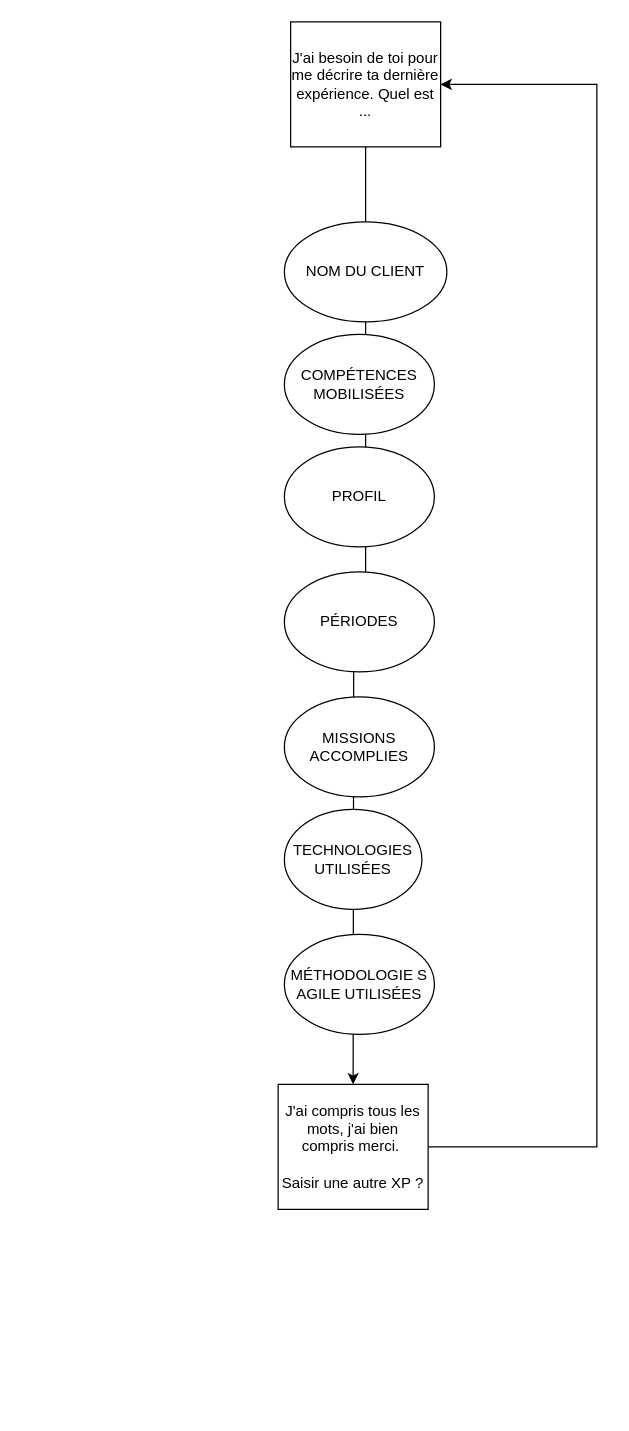
Above: Diagramme sans nom.drawio in pedenys/drawio (draw.io), before the change. Source tidied: cells renumbered, new cells numbered last; positions are measured from the earlier drawing's top-left corner, leaving out a move shared by most shapes. Both pictures are drawn from the tidied source at 125%, with x=0, y=0 at pixel (278, 21).
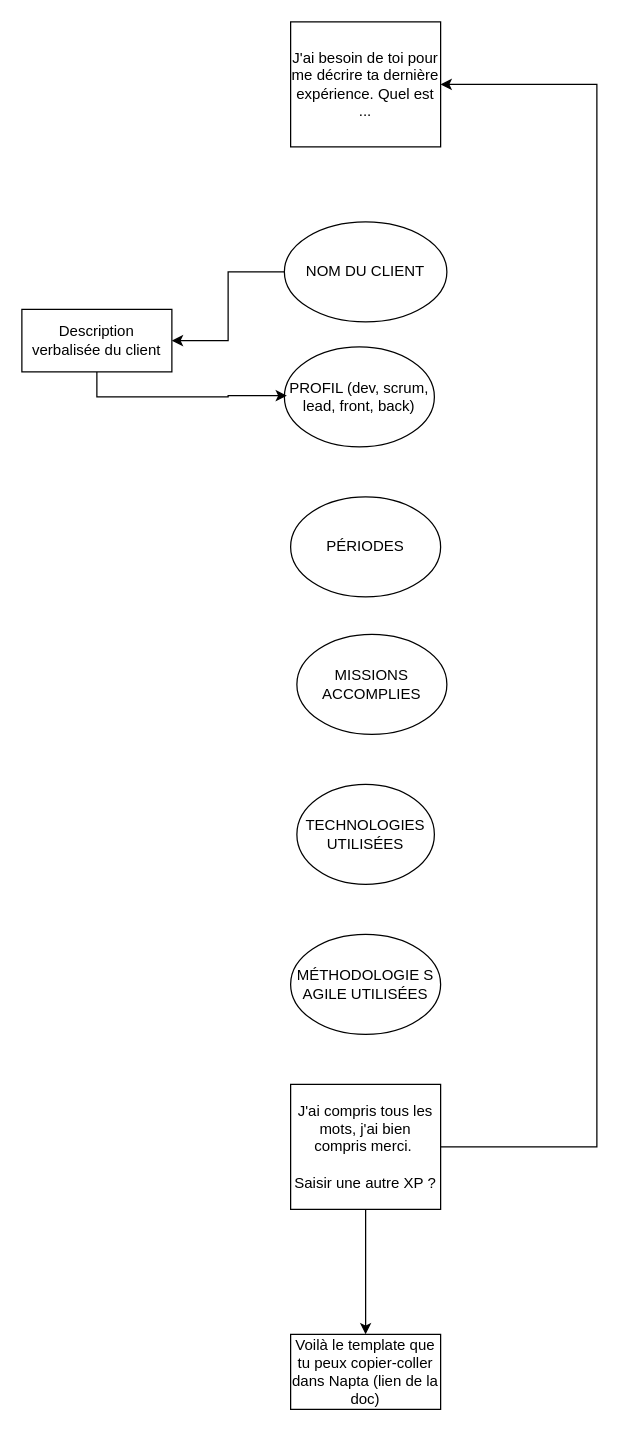
The same page after the edit.

Commit message (it also covers changes not shown here):
Mettre à jour Diagramme sans nom.drawio

Change to the diagram source:
```diff
@@
 <mxGraphModel>
   <root>
     <mxCell id="0" />
     <mxCell id="1" parent="0" />
-    <mxCell id="2" style="edgeStyle=orthogonalEdgeStyle;rounded=0;jettySize=auto;html=1;" parent="1" edge="1" source="3">
-      <mxGeometry relative="1" as="geometry">
-        <mxPoint x="60" y="850" as="targetPoint" />
-      </mxGeometry>
-    </mxCell>
     <mxCell id="3" value="J'ai besoin de toi pour me décrire ta dernière expérience. Quel est ..." style="whiteSpace=wrap;html=1;" parent="1" vertex="1">
       <mxGeometry x="10" width="120" height="100" as="geometry" />
     </mxCell>
+    <mxCell id="13" style="edgeStyle=orthogonalEdgeStyle;rounded=0;jettySize=auto;html=1;" parent="1" edge="1" source="4" target="15">
+      <mxGeometry relative="1" as="geometry" />
+    </mxCell>
     <mxCell id="4" value="NOM DU CLIENT" style="ellipse;whiteSpace=wrap;html=1;" parent="1" vertex="1">
       <mxGeometry x="5" y="160" width="130" height="80" as="geometry" />
     </mxCell>
-    <mxCell id="5" value="PÉRIODES" style="ellipse;whiteSpace=wrap;html=1;" parent="1" vertex="1">
-      <mxGeometry x="5" y="440" width="120" height="80" as="geometry" />
-    </mxCell>
     <mxCell id="6" value="MISSIONS ACCOMPLIES" style="ellipse;whiteSpace=wrap;html=1;" parent="1" vertex="1">
-      <mxGeometry x="5" y="540" width="120" height="80" as="geometry" />
+      <mxGeometry x="15" y="490" width="120" height="80" as="geometry" />
     </mxCell>
     <mxCell id="7" value="TECHNOLOGIES UTILISÉES" style="ellipse;whiteSpace=wrap;html=1;" parent="1" vertex="1">
-      <mxGeometry x="5" y="630" width="110" height="80" as="geometry" />
+      <mxGeometry x="15" y="610" width="110" height="80" as="geometry" />
     </mxCell>
     <mxCell id="8" value="MÉTHODOLOGIE S AGILE UTILISÉES" style="ellipse;whiteSpace=wrap;html=1;" parent="1" vertex="1">
-      <mxGeometry x="5" y="730" width="120" height="80" as="geometry" />
+      <mxGeometry x="10" y="730" width="120" height="80" as="geometry" />
     </mxCell>
-    <mxCell id="9" value="COMPÉTENCES MOBILISÉES" style="ellipse;whiteSpace=wrap;html=1;" parent="1" vertex="1">
-      <mxGeometry x="5" y="250" width="120" height="80" as="geometry" />
-    </mxCell>
-    <mxCell id="10" value="PROFIL" style="ellipse;whiteSpace=wrap;html=1;" parent="1" vertex="1">
-      <mxGeometry x="5" y="340" width="120" height="80" as="geometry" />
+    <mxCell id="10" value="PROFIL (dev, scrum, lead, front, back)" style="ellipse;whiteSpace=wrap;html=1;" parent="1" vertex="1">
+      <mxGeometry x="5" y="260" width="120" height="80" as="geometry" />
     </mxCell>
     <mxCell id="11" style="edgeStyle=orthogonalEdgeStyle;rounded=0;jettySize=auto;html=1;entryX=1;entryY=0.5;entryDx=0;entryDy=0;" parent="1" edge="1" source="12" target="3">
       <mxGeometry relative="1" as="geometry">
         <Array as="points">
           <mxPoint x="255" y="900" />
           <mxPoint x="255" y="50" />
         </Array>
       </mxGeometry>
     </mxCell>
+    <mxCell id="14" style="edgeStyle=orthogonalEdgeStyle;rounded=0;jettySize=auto;html=1;" parent="1" edge="1" source="12" target="17">
+      <mxGeometry relative="1" as="geometry" />
+    </mxCell>
     <mxCell id="12" value="J'ai compris tous les mots, j'ai bien compris merci.&amp;nbsp;&lt;div&gt;&lt;br&gt;&lt;/div&gt;&lt;div&gt;Saisir une autre XP ?&lt;/div&gt;" style="whiteSpace=wrap;html=1;" parent="1" vertex="1">
-      <mxGeometry y="850" width="120" height="100" as="geometry" />
+      <mxGeometry x="10" y="850" width="120" height="100" as="geometry" />
     </mxCell>
+    <mxCell id="15" value="Description verbalisée du client" style="whiteSpace=wrap;html=1;" parent="1" vertex="1">
+      <mxGeometry x="-205" y="230" width="120" height="50" as="geometry" />
+    </mxCell>
+    <mxCell id="16" style="edgeStyle=orthogonalEdgeStyle;rounded=0;jettySize=auto;html=1;entryX=0.017;entryY=0.613;entryDx=0;entryDy=0;entryPerimeter=0;" parent="1" edge="1" source="15">
+      <mxGeometry relative="1" as="geometry">
+        <mxPoint x="7" y="299" as="targetPoint" />
+        <Array as="points">
+          <mxPoint x="-145" y="300" />
+          <mxPoint x="-40" y="300" />
+          <mxPoint x="-40" y="299" />
+        </Array>
+      </mxGeometry>
+    </mxCell>
+    <mxCell id="5" value="PÉRIODES" style="ellipse;whiteSpace=wrap;html=1;" parent="1" vertex="1">
+      <mxGeometry x="10" y="380" width="120" height="80" as="geometry" />
+    </mxCell>
+    <mxCell id="17" value="Voilà le template que tu peux copier-coller dans Napta (lien de la doc)" style="whiteSpace=wrap;html=1;" parent="1" vertex="1">
+      <mxGeometry x="10" y="1050" width="120" height="60" as="geometry" />
+    </mxCell>
   </root>
 </mxGraphModel>
```
